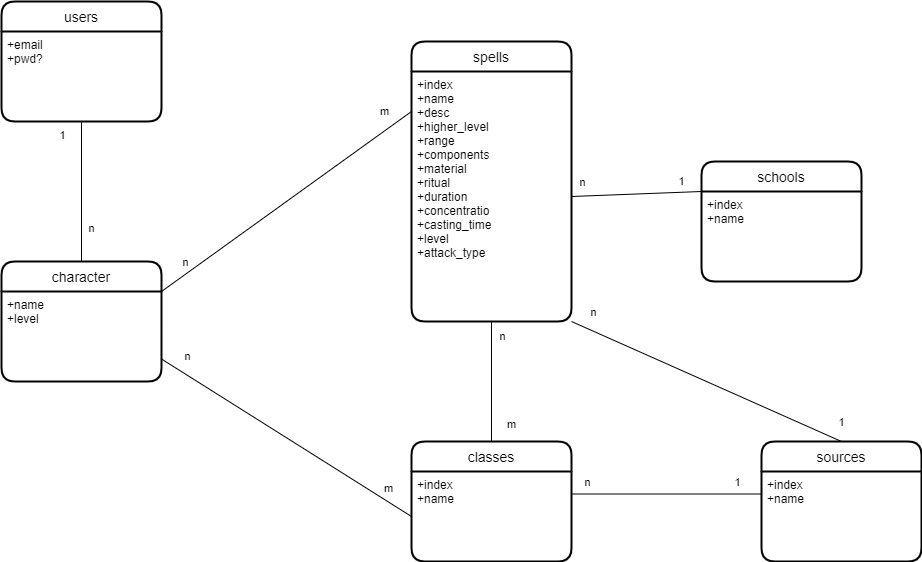
Jan-DHBW/Web-App-Engineering keeps this draw.io diagram as NOSQL_db_concept.drawio.png. Above is the earlier version. Source tidied: cells renumbered, new cells last; positions are measured from the earlier drawing's top-left corner, leaving out a move shared by most shapes.
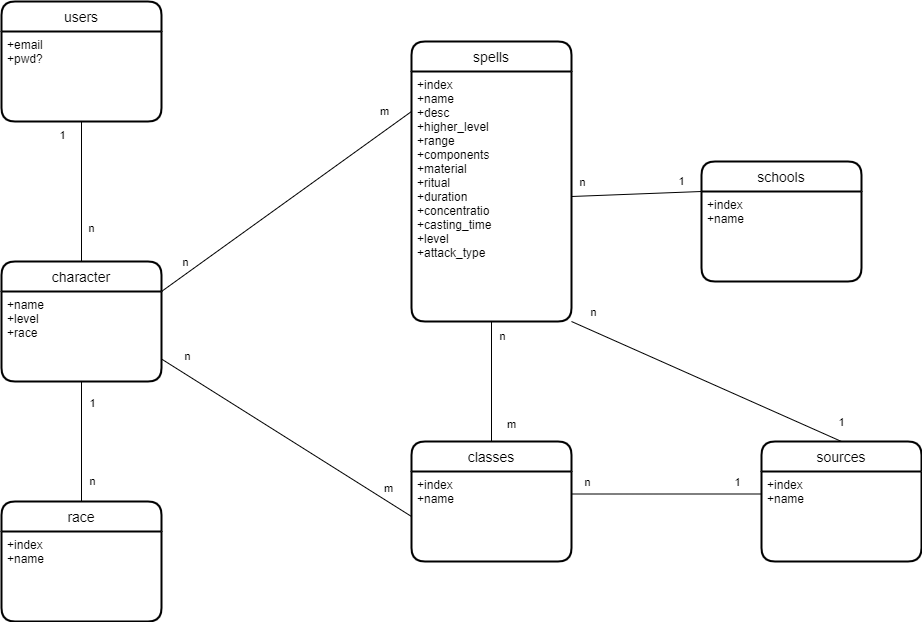
The same file after the commit.

Commit message:
erweiterung des DB Konzepts

Diff of the diagram source:
```diff
@@ -63,7 +63,7 @@
     <mxCell id="16" value="character" style="swimlane;horizontal=1;startSize=30;rounded=1;fontSize=14;fontStyle=0;strokeWidth=2;shadow=0;dashed=0;align=center;labelBackgroundColor=default;fontColor=default;fillColor=default;strokeColor=default;" parent="1" vertex="1">
       <mxGeometry y="260" width="160" height="120" as="geometry" />
     </mxCell>
-    <mxCell id="17" value="+name&#10;+level&#10;" style="align=left;strokeColor=none;fillColor=none;spacingLeft=4;fontSize=12;verticalAlign=top;labelBackgroundColor=default;fontColor=default;" parent="16" vertex="1">
+    <mxCell id="17" value="+name&#10;+level&#10;+race&#10;" style="align=left;strokeColor=none;fillColor=none;spacingLeft=4;fontSize=12;verticalAlign=top;labelBackgroundColor=default;fontColor=default;" parent="16" vertex="1">
       <mxGeometry y="30" width="160" height="90" as="geometry" />
     </mxCell>
     <mxCell id="18" value="spells" style="swimlane;horizontal=1;startSize=30;rounded=1;fontSize=14;fontStyle=0;strokeWidth=2;shadow=0;dashed=0;align=center;labelBackgroundColor=default;fontColor=default;fillColor=default;strokeColor=default;" parent="1" vertex="1">
@@ -129,5 +129,24 @@
         <mxPoint y="-11" as="offset" />
       </mxGeometry>
     </mxCell>
+    <mxCell id="35" value="race" style="swimlane;horizontal=1;startSize=30;rounded=1;fontSize=14;fontStyle=0;strokeWidth=2;shadow=0;dashed=0;align=center;labelBackgroundColor=default;fontColor=default;fillColor=default;strokeColor=default;" parent="1" vertex="1">
+      <mxGeometry y="500" width="160" height="120" as="geometry" />
+    </mxCell>
+    <mxCell id="36" value="+index&#10;+name" style="align=left;strokeColor=none;fillColor=none;spacingLeft=4;fontSize=12;verticalAlign=top;labelBackgroundColor=default;fontColor=default;" parent="35" vertex="1">
+      <mxGeometry y="30" width="160" height="90" as="geometry" />
+    </mxCell>
+    <mxCell id="37" style="endArrow=none;html=1;rounded=0;labelBackgroundColor=default;fontColor=default;strokeColor=default;entryX=0.5;entryY=1;entryDx=0;entryDy=0;exitX=0.5;exitY=0;exitDx=0;exitDy=0;" parent="1" edge="1" source="35" target="17">
+      <mxGeometry relative="1" as="geometry" />
+    </mxCell>
+    <mxCell id="38" value="1" style="edgeLabel;html=1;align=center;verticalAlign=middle;fontColor=default;labelBackgroundColor=default;" parent="37" vertex="1">
+      <mxGeometry x="0.8" y="-1" relative="1" as="geometry">
+        <mxPoint x="9" y="9" as="offset" />
+      </mxGeometry>
+    </mxCell>
+    <mxCell id="39" value="n" style="edgeLabel;html=1;align=center;verticalAlign=middle;fontColor=default;labelBackgroundColor=default;" parent="37" vertex="1">
+      <mxGeometry x="-0.74" y="1" relative="1" as="geometry">
+        <mxPoint x="11" y="-6" as="offset" />
+      </mxGeometry>
+    </mxCell>
   </root>
 </mxGraphModel>
```
